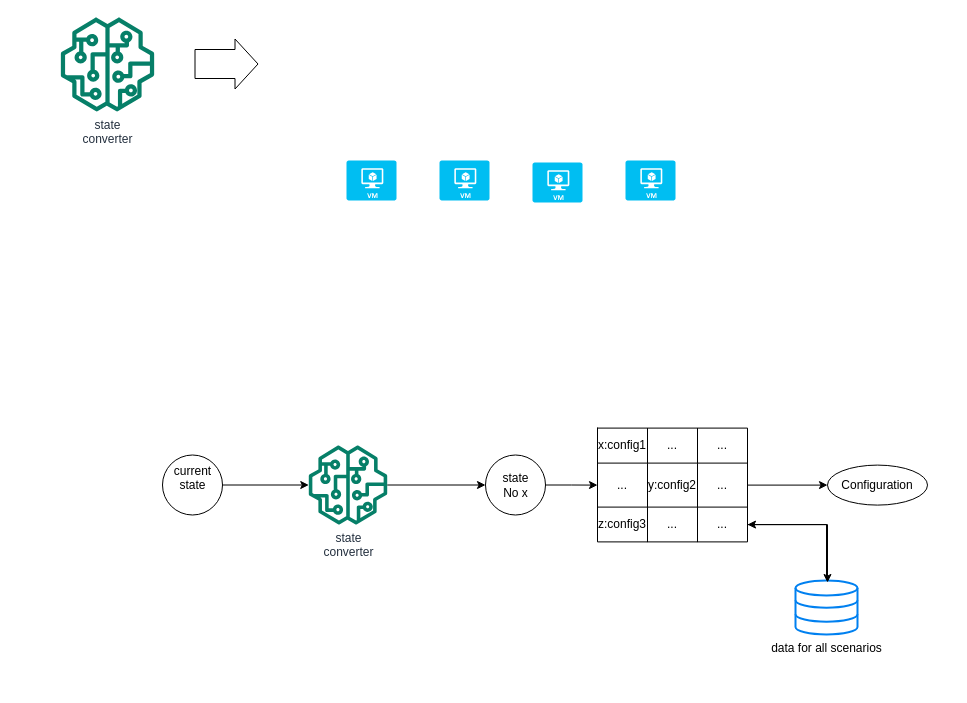
dimgiagos44/demo-go-workflow keeps this draw.io diagram as meeting_18_3_22.drawio. Above is the earlier version. Source tidied: cells renumbered, new cells numbered last; positions are measured from the earlier drawing's top-left corner, leaving out a move shared by most shapes. Both pictures are drawn from the tidied source at 100%, with x=0, y=0 at pixel (60, 17).
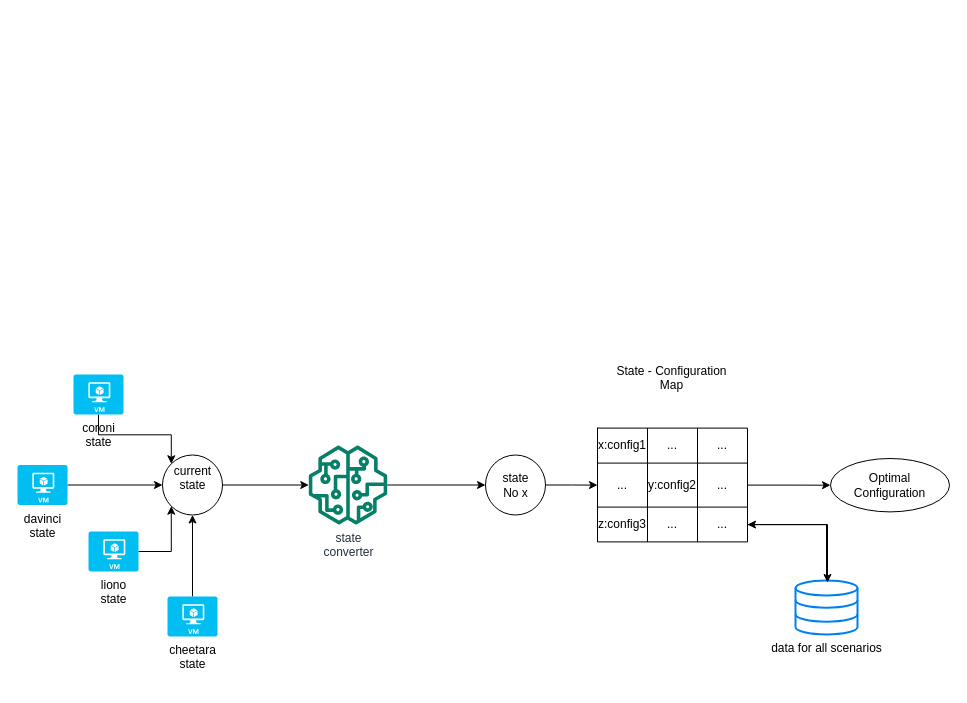
After the change.

The change refers to these unchanged cells:
```xml
<mxCell id="5" value="current&lt;br&gt;&lt;div&gt;state&lt;/div&gt;&lt;div&gt;&lt;br&gt;&lt;/div&gt;" style="shape=ellipse;html=1;dashed=0;whitespace=wrap;perimeter=ellipsePerimeter;" parent="1" vertex="1">
  <mxGeometry x="102" y="437.5" width="60" height="60" as="geometry" />
</mxCell>
```

Diff of the diagram source:
```diff
@@
-    <mxCell id="23" value="Configuration" style="ellipse;whiteSpace=wrap;html=1;align=center;" parent="1" vertex="1">
-      <mxGeometry x="767" y="447.6" width="100" height="40" as="geometry" />
+    <mxCell id="23" value="Optimal&lt;br&gt;Configuration" style="ellipse;whiteSpace=wrap;html=1;align=center;" parent="1" vertex="1">
+      <mxGeometry x="770" y="441" width="119" height="53.4" as="geometry" />
     </mxCell>
@@
-    <mxCell id="26" value="state&lt;br&gt;&lt;div&gt;converter&lt;/div&gt;&lt;div&gt;&lt;br&gt;&lt;/div&gt;" style="sketch=0;fontColor=#232F3E;gradientColor=none;fillColor=#067F68;strokeColor=none;dashed=0;verticalLabelPosition=bottom;verticalAlign=top;align=center;html=1;fontSize=12;fontStyle=0;shape=mxgraph.aws4.sagemaker_model;" parent="1" vertex="1">
-      <mxGeometry width="94" height="94" as="geometry" />
-    </mxCell>
-    <mxCell id="27" style="shape=flexArrow;endArrow=classic;html=1;rounded=0;width=29;endSize=7.33;" parent="1" edge="1">
-      <mxGeometry relative="1" as="geometry">
-        <mxPoint x="134" y="46.5" as="sourcePoint" />
-        <mxPoint x="198" y="46.5" as="targetPoint" />
-      </mxGeometry>
-    </mxCell>
+    <mxCell id="32" style="edgeStyle=orthogonalEdgeStyle;rounded=0;jettySize=auto;html=1;entryX=0.5;entryY=1;entryDx=0;entryDy=0;" parent="1" edge="1" source="28" target="5">
+      <mxGeometry relative="1" as="geometry" />
+    </mxCell>
-    <mxCell id="28" style="verticalLabelPosition=bottom;html=1;verticalAlign=top;align=center;strokeColor=none;fillColor=#00BEF2;shape=mxgraph.azure.virtual_machine;" parent="1" vertex="1">
-      <mxGeometry x="565" y="143" width="50" height="40" as="geometry" />
+    <mxCell id="28" value="cheetara&lt;br&gt;&lt;div&gt;state&lt;/div&gt;&lt;div&gt;&lt;br&gt;&lt;/div&gt;" style="verticalLabelPosition=bottom;html=1;verticalAlign=top;align=center;strokeColor=none;fillColor=#00BEF2;shape=mxgraph.azure.virtual_machine;" parent="1" vertex="1">
+      <mxGeometry x="107" y="579" width="50" height="40" as="geometry" />
     </mxCell>
+    <mxCell id="33" style="edgeStyle=orthogonalEdgeStyle;rounded=0;jettySize=auto;html=1;exitX=1;exitY=0.5;exitDx=0;exitDy=0;exitPerimeter=0;entryX=0;entryY=1;entryDx=0;entryDy=0;" parent="1" edge="1" source="29" target="5">
+      <mxGeometry relative="1" as="geometry" />
+    </mxCell>
-    <mxCell id="29" style="verticalLabelPosition=bottom;html=1;verticalAlign=top;align=center;strokeColor=none;fillColor=#00BEF2;shape=mxgraph.azure.virtual_machine;" parent="1" vertex="1">
-      <mxGeometry x="379" y="143" width="50" height="40" as="geometry" />
+    <mxCell id="29" value="liono&lt;br&gt;&lt;div&gt;state&lt;/div&gt;&lt;div&gt;&lt;br&gt;&lt;/div&gt;" style="verticalLabelPosition=bottom;html=1;verticalAlign=top;align=center;strokeColor=none;fillColor=#00BEF2;shape=mxgraph.azure.virtual_machine;" parent="1" vertex="1">
+      <mxGeometry x="28" y="514" width="50" height="40" as="geometry" />
     </mxCell>
+    <mxCell id="34" style="edgeStyle=orthogonalEdgeStyle;rounded=0;jettySize=auto;html=1;exitX=0.5;exitY=1;exitDx=0;exitDy=0;exitPerimeter=0;entryX=0;entryY=0;entryDx=0;entryDy=0;" parent="1" edge="1" source="30" target="5">
+      <mxGeometry relative="1" as="geometry" />
+    </mxCell>
-    <mxCell id="30" style="verticalLabelPosition=bottom;html=1;verticalAlign=top;align=center;strokeColor=none;fillColor=#00BEF2;shape=mxgraph.azure.virtual_machine;" parent="1" vertex="1">
-      <mxGeometry x="472" y="145" width="50" height="40" as="geometry" />
+    <mxCell id="30" value="coroni&lt;br&gt;&lt;div&gt;state&lt;/div&gt;&lt;div&gt;&lt;br&gt;&lt;/div&gt;" style="verticalLabelPosition=bottom;html=1;verticalAlign=top;align=center;strokeColor=none;fillColor=#00BEF2;shape=mxgraph.azure.virtual_machine;" parent="1" vertex="1">
+      <mxGeometry x="13" y="357" width="50" height="40" as="geometry" />
     </mxCell>
+    <mxCell id="35" style="edgeStyle=orthogonalEdgeStyle;rounded=0;jettySize=auto;html=1;exitX=1;exitY=0.5;exitDx=0;exitDy=0;exitPerimeter=0;entryX=0;entryY=0.5;entryDx=0;entryDy=0;" parent="1" edge="1" source="31" target="5">
+      <mxGeometry relative="1" as="geometry" />
+    </mxCell>
-    <mxCell id="31" style="verticalLabelPosition=bottom;html=1;verticalAlign=top;align=center;strokeColor=none;fillColor=#00BEF2;shape=mxgraph.azure.virtual_machine;" parent="1" vertex="1">
-      <mxGeometry x="286" y="143" width="50" height="40" as="geometry" />
+    <mxCell id="31" value="davinci&lt;br&gt;&lt;div&gt;state&lt;/div&gt;&lt;div&gt;&lt;br&gt;&lt;/div&gt;" style="verticalLabelPosition=bottom;html=1;verticalAlign=top;align=center;strokeColor=none;fillColor=#00BEF2;shape=mxgraph.azure.virtual_machine;" parent="1" vertex="1">
+      <mxGeometry x="-43" y="447.5" width="50" height="40" as="geometry" />
     </mxCell>
+    <mxCell id="36" value="State - Configuration&lt;br&gt;&lt;div&gt;Map&lt;/div&gt;&lt;div&gt;&lt;br&gt;&lt;/div&gt;" style="text;html=1;strokeColor=none;fillColor=none;align=center;verticalAlign=middle;whiteSpace=wrap;rounded=0;" parent="1" vertex="1">
+      <mxGeometry x="536" y="336" width="151" height="64" as="geometry" />
+    </mxCell>
```
